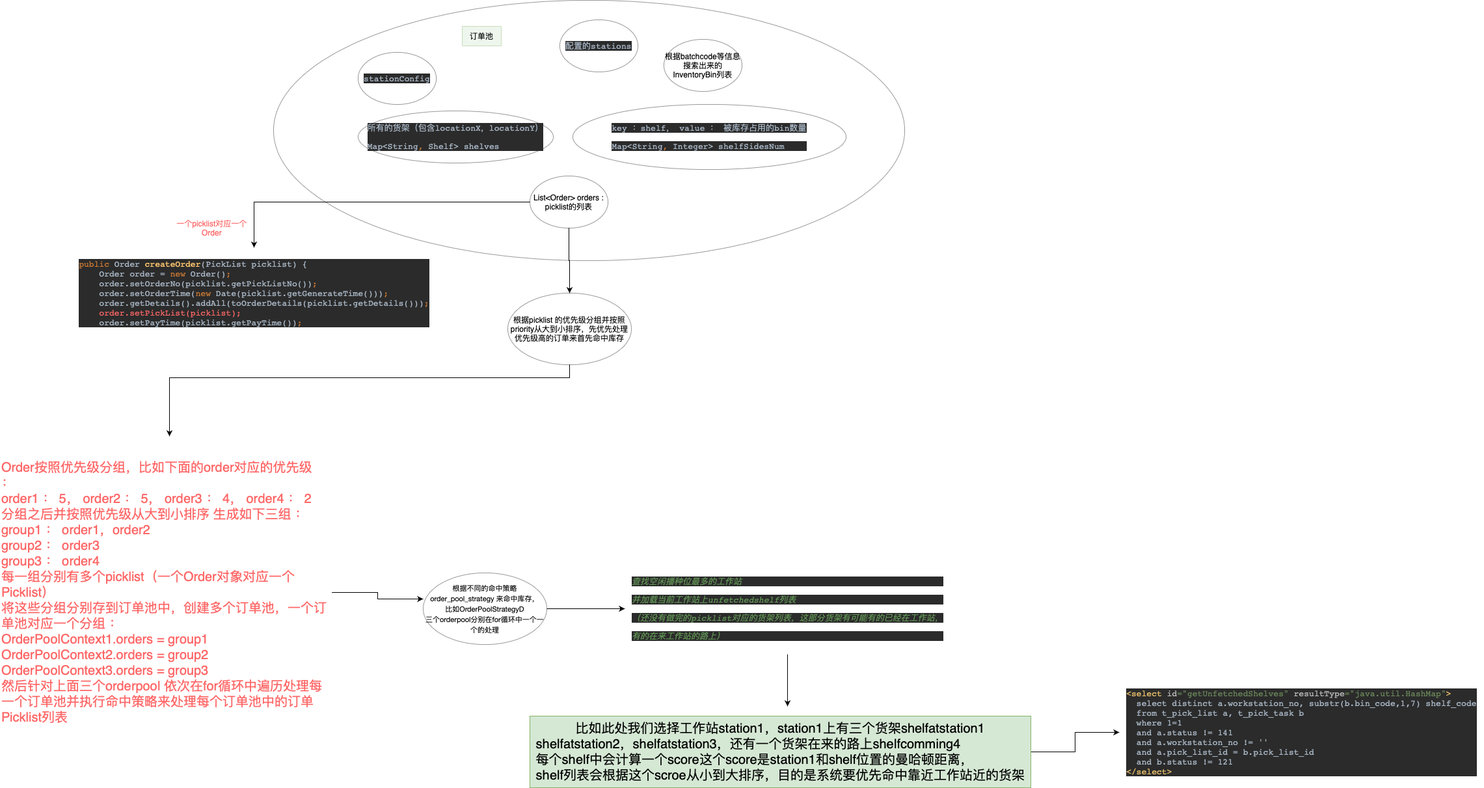
Before: 订单池-命中库存.drawio.png, a diagram exported from draw.io (cong666/flow-chart). Source tidied: cells renumbered, new cells last; positions are measured from the earlier drawing's top-left corner, leaving out a move shared by most shapes.
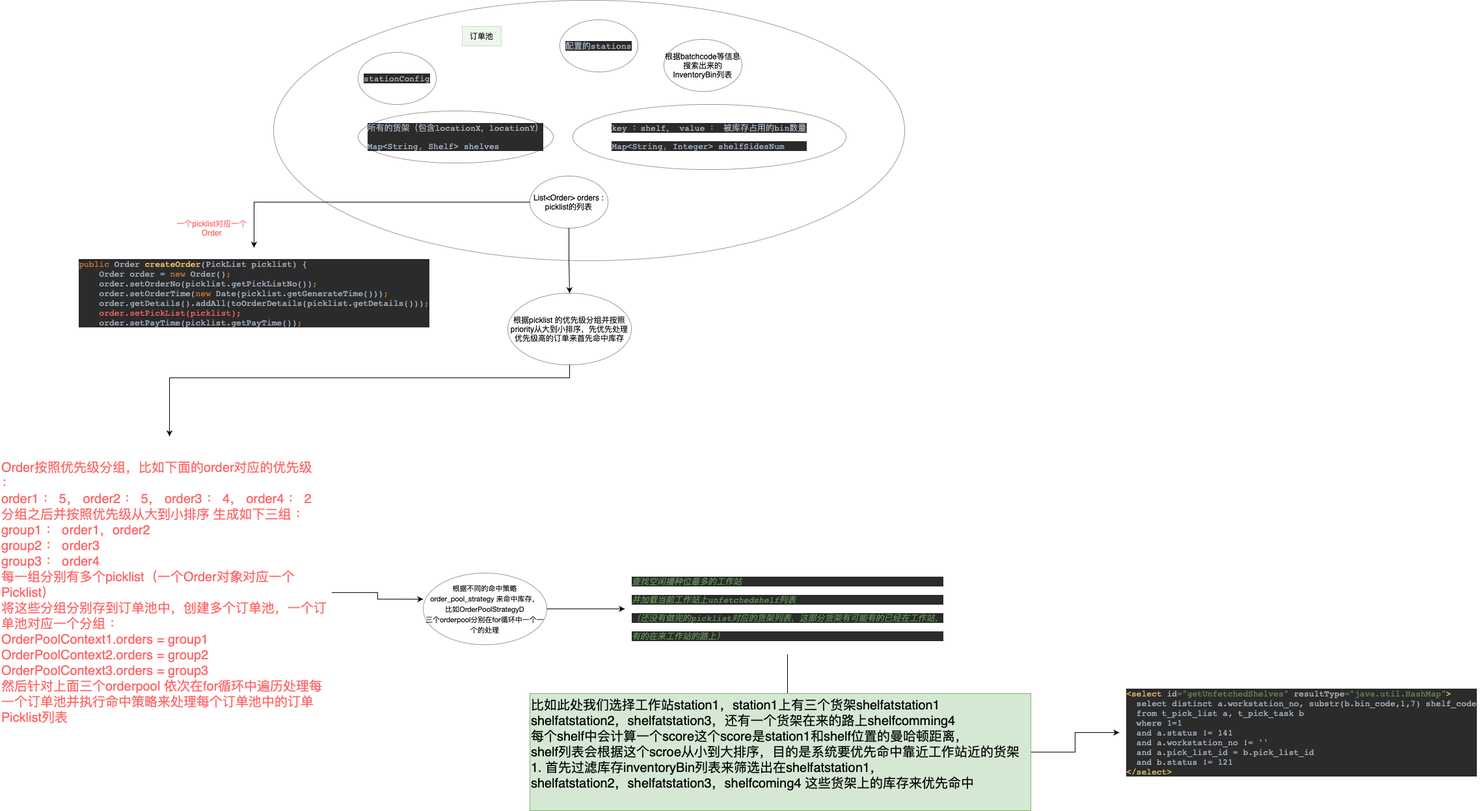
Above is the later version.

Commit message:
更新订单池-命中库存.drawio.png

The edit, as a diff of the source:
```diff
@@ -75,8 +75,8 @@
     <mxCell id="22" style="edgeStyle=orthogonalEdgeStyle;rounded=0;jettySize=auto;html=1;fontSize=20;fontColor=#FF6666;" parent="1" edge="1" source="23" target="24">
       <mxGeometry relative="1" as="geometry" />
     </mxCell>
-    <mxCell id="23" value="比如此处我们选择工作站station1，station1上有三个货架shelfatstation1&lt;br&gt;&lt;div style=&quot;text-align: left;&quot;&gt;shelfatstation2，shelfatstation3，还有一个货架在来的路上shelfcomming4&lt;/div&gt;&lt;div style=&quot;text-align: left;&quot;&gt;每个shelf中会计算一个score这个score是station1和shelf位置的曼哈顿距离，&lt;/div&gt;&lt;div style=&quot;text-align: left;&quot;&gt;shelf列表会根据这个scroe从小到大排序，目的是系统要优先命中靠近工作站近的货架&lt;/div&gt;" style="text;html=1;align=center;verticalAlign=middle;points=[];strokeColor=#82b366;fillColor=#d5e8d4;fontSize=20;" parent="1" vertex="1">
-      <mxGeometry x="814" y="1100" width="770" height="110" as="geometry" />
+    <mxCell id="23" value="比如此处我们选择工作站station1，station1上有三个货架shelfatstation1&lt;br&gt;&lt;div style=&quot;&quot;&gt;shelfatstation2，shelfatstation3，还有一个货架在来的路上shelfcomming4&lt;/div&gt;&lt;div style=&quot;&quot;&gt;每个shelf中会计算一个score这个score是station1和shelf位置的曼哈顿距离，&lt;/div&gt;&lt;div style=&quot;&quot;&gt;shelf列表会根据这个scroe从小到大排序，目的是系统要优先命中靠近工作站近的货架&lt;/div&gt;&lt;div style=&quot;&quot;&gt;1. 首先过滤库存inventoryBin列表来筛选出在shelfatstation1，&lt;/div&gt;&lt;span style=&quot;&quot;&gt;shelfatstation2，&lt;/span&gt;&lt;span style=&quot;&quot;&gt;shelfatstation3，&lt;/span&gt;&lt;span style=&quot;&quot;&gt;shelfcoming4 这些货架上的库存来优先命中&lt;br&gt;&lt;br&gt;&lt;/span&gt;" style="text;html=1;align=left;verticalAlign=middle;points=[];strokeColor=#82b366;fillColor=#d5e8d4;fontSize=20;" parent="1" vertex="1">
+      <mxGeometry x="814" y="1065" width="770" height="180" as="geometry" />
     </mxCell>
     <mxCell id="24" value="&lt;pre style=&quot;text-align: start; background-color: rgb(43, 43, 43); color: rgb(169, 183, 198); font-family: &amp;quot;JetBrains Mono&amp;quot;, monospace; font-size: 9.8pt;&quot;&gt;&lt;span style=&quot;color: rgb(232, 191, 106);&quot;&gt;&amp;lt;select &lt;/span&gt;&lt;span style=&quot;color: rgb(186, 186, 186);&quot;&gt;id&lt;/span&gt;&lt;span style=&quot;color: rgb(106, 135, 89);&quot;&gt;=&quot;getUnfetchedShelves&quot; &lt;/span&gt;&lt;span style=&quot;color: rgb(186, 186, 186);&quot;&gt;resultType&lt;/span&gt;&lt;span style=&quot;color: rgb(106, 135, 89);&quot;&gt;=&quot;java.util.HashMap&quot;&lt;/span&gt;&lt;span style=&quot;color: rgb(232, 191, 106);&quot;&gt;&amp;gt;&lt;br&gt;&lt;/span&gt;&lt;span style=&quot;color: rgb(232, 191, 106);&quot;&gt;  &lt;/span&gt;select distinct a.workstation_no, substr(b.bin_code,1,7) shelf_code&lt;br&gt;  from t_pick_list a, t_pick_task b&lt;br&gt;  where 1=1&lt;br&gt;  and a.status != 141&lt;br&gt;  and a.workstation_no != ''&lt;br&gt;  and a.pick_list_id = b.pick_list_id&lt;br&gt;  and b.status != 121&lt;br&gt;&lt;span style=&quot;color: rgb(232, 191, 106);&quot;&gt;&amp;lt;/select&amp;gt;&lt;/span&gt;&lt;/pre&gt;" style="text;html=1;align=center;verticalAlign=middle;points=[];strokeColor=none;fillColor=none;fontSize=20;fontColor=#FF6666;" parent="1" vertex="1">
       <mxGeometry x="1720" y="1040" width="560" height="170" as="geometry" />
```
